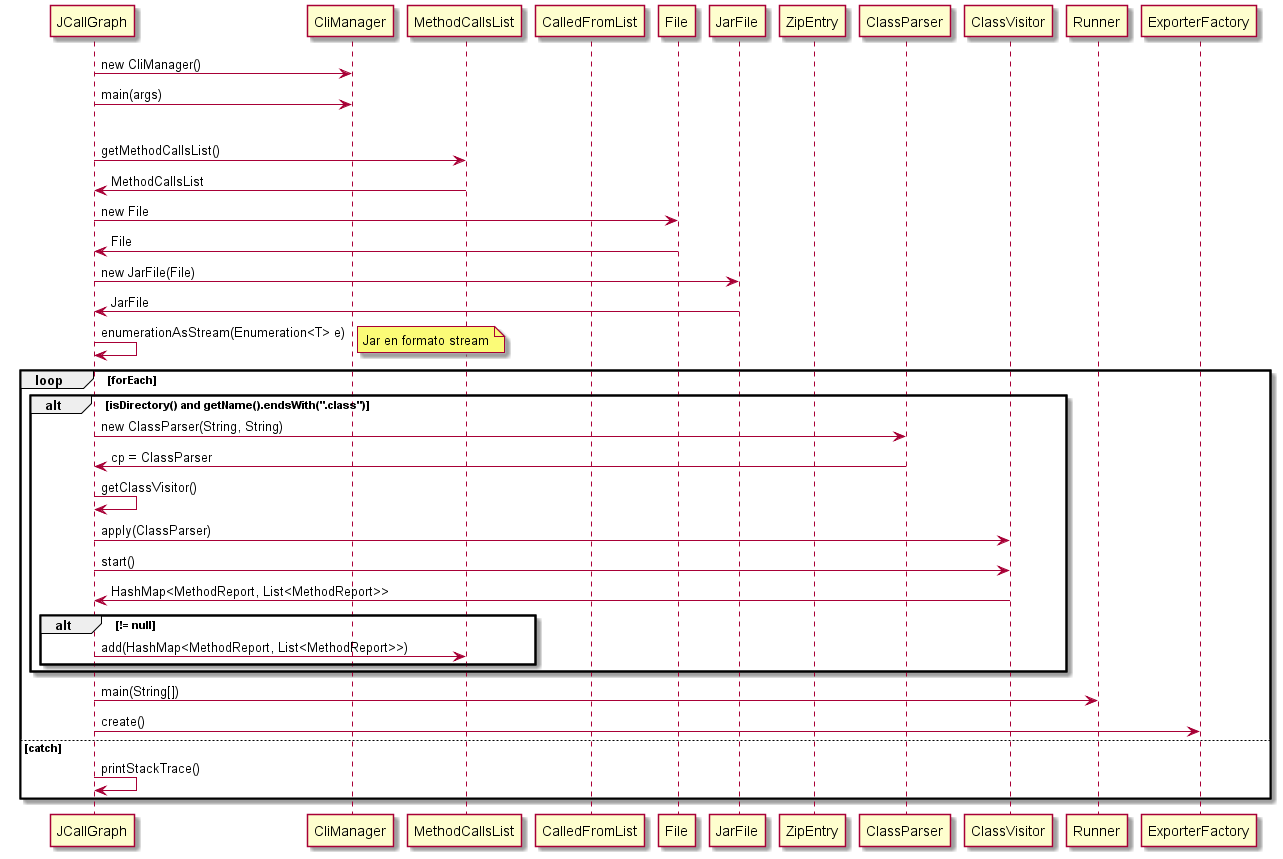
This is TFG/uml/out/secuencia_JCallGraph/secuencia_JCallGraph.png from iakigarci/BytecodeAnalysis, a PlantUML export, as it was before one commit.
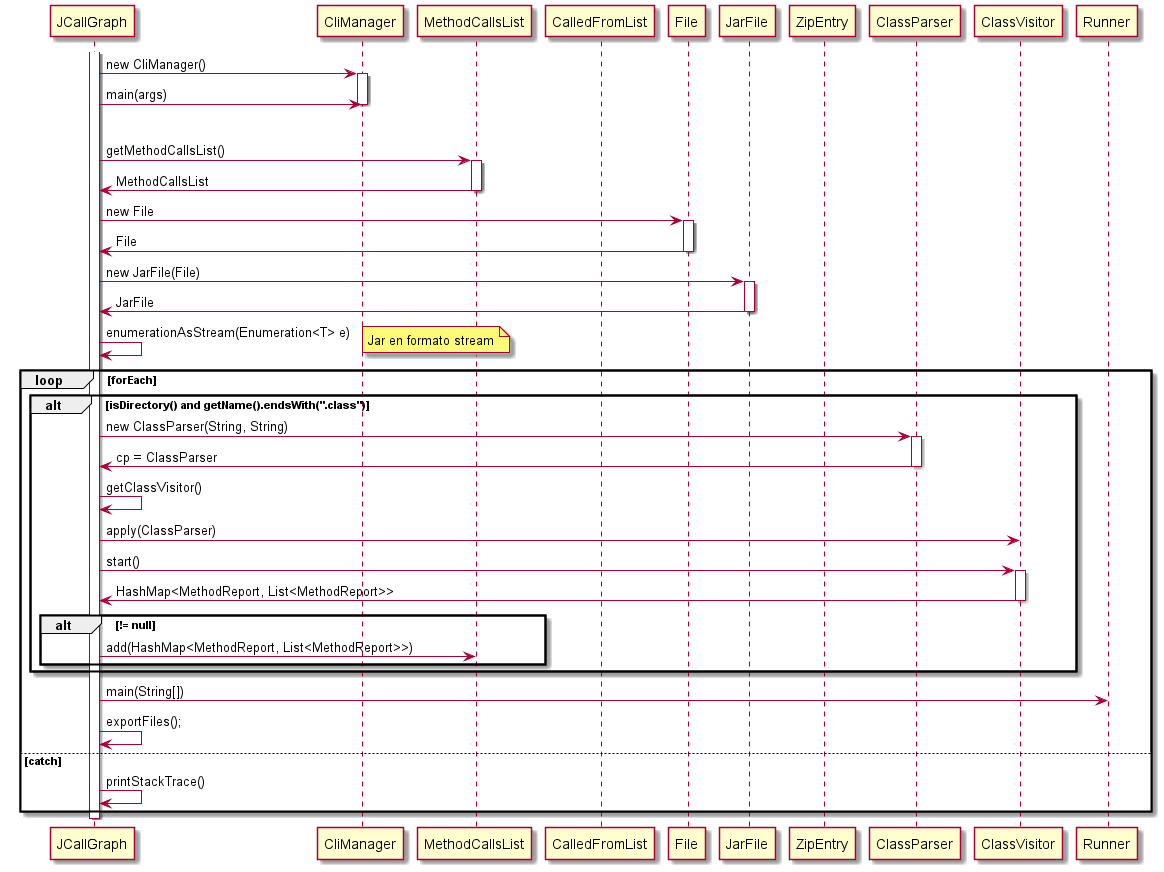
The same file after the commit.

Diff of the diagram source:
```diff
@@ -10,35 +10,47 @@
 participant ClassParser as CP
 participant ClassVisitor as CV
 participant Runner as R
-participant ExporterFactory as EF
+
+activate J
 J -> C : new CliManager()
+activate C
 J -> C : main(args)
-
+deactivate C
 alt try
     J->MCL: getMethodCallsList()
+    activate MCL
     MCL->J: MethodCallsList
+    deactivate MCL
     J->F: new File
+    activate F
     F->J: File
+    deactivate F
     J->JF: new JarFile(File)
+    activate JF
     JF->J: JarFile
+    deactivate JF
     J->J: enumerationAsStream(Enumeration<T> e)
     note right : Jar en formato stream
     loop forEach
         alt isDirectory() and getName().endsWith(".class")
             J->CP: new ClassParser(String, String)
+            activate CP
             CP->J: cp = ClassParser
+            deactivate CP
             J->J: getClassVisitor()
             J->CV: apply(ClassParser)
             J->CV: start()
+            activate CV
             CV->J: HashMap<MethodReport, List<MethodReport>>
+            deactivate CV
             alt != null
                 J->MCL: add(HashMap<MethodReport, List<MethodReport>>)
             end
     end
     J->R: main(String[])
-    J->EF: create()
+    J->J: exportFiles();
 else catch
     J->J: printStackTrace()
 end
-
+deactivate J
 @enduml
```
